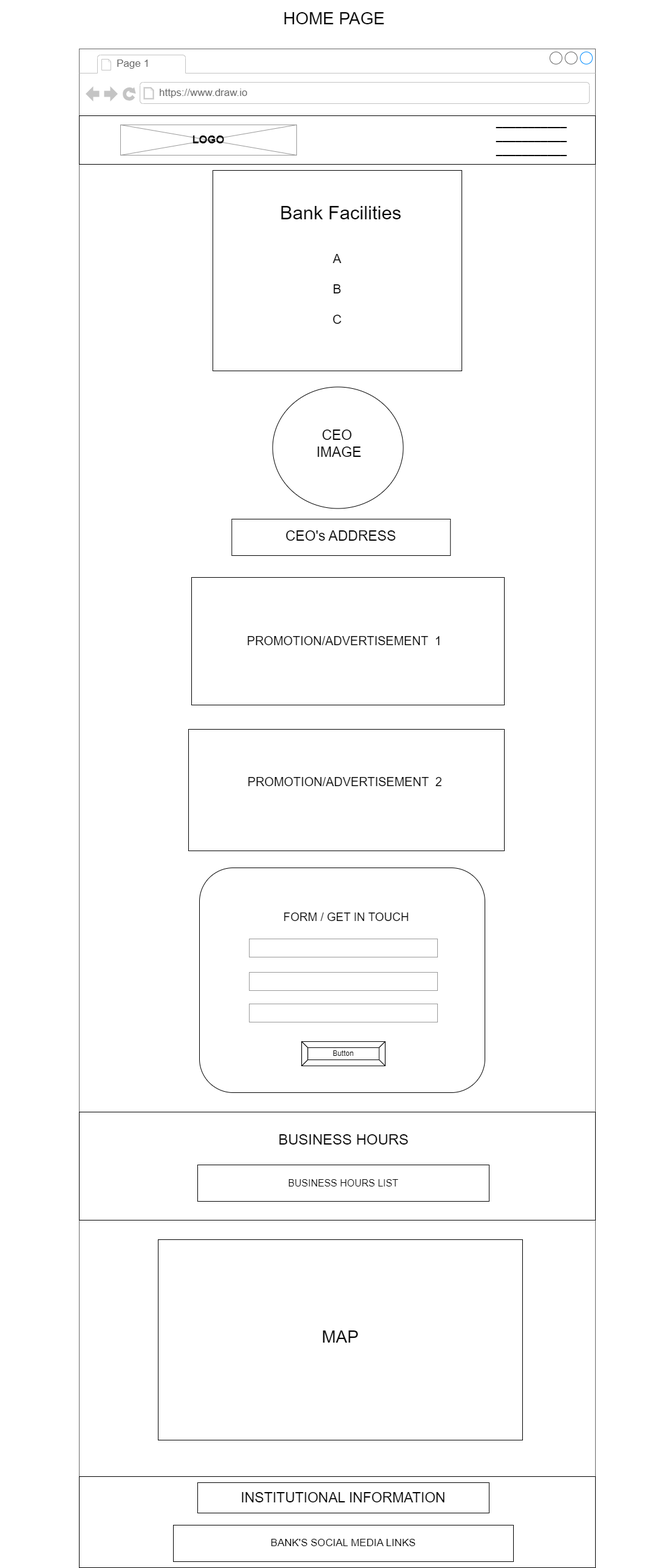
Before: docs/wireframe/homepagemobile.png, a diagram exported from draw.io (MarioLFB/P1CodeInstitute). Source tidied: cells renumbered, new cells last; positions are measured from the earlier drawing's top-left corner, leaving out a move shared by most shapes. Its diagram source:
```xml
<mxGraphModel>
  <root>
    <mxCell id="0" />
    <mxCell id="1" parent="0" />
    <mxCell id="2" style="strokeWidth=1;shadow=0;dashed=0;align=center;html=1;shape=mxgraph.mockup.containers.browserWindow;rSize=0;strokeColor=#666666;strokeColor2=#008cff;strokeColor3=#c4c4c4;mainText=,;" parent="1" vertex="1">
      <mxGeometry x="130" y="80" width="850" height="2500" as="geometry" />
    </mxCell>
    <mxCell id="3" value="Page 1" style="strokeWidth=1;shadow=0;dashed=0;align=center;html=1;shape=mxgraph.mockup.containers.anchor;fontSize=17;fontColor=#666666;align=left;whiteSpace=wrap;" parent="2" vertex="1">
      <mxGeometry x="60" y="12" width="110" height="26" as="geometry" />
    </mxCell>
    <mxCell id="4" value="https://www.draw.io" style="strokeWidth=1;shadow=0;dashed=0;align=center;html=1;shape=mxgraph.mockup.containers.anchor;rSize=0;fontSize=17;fontColor=#666666;align=left;" parent="2" vertex="1">
      <mxGeometry x="130" y="60" width="250" height="26" as="geometry" />
    </mxCell>
    <mxCell id="5" style="rounded=0;whiteSpace=wrap;html=1;" parent="2" vertex="1">
      <mxGeometry y="110" width="850" height="80" as="geometry" />
    </mxCell>
    <mxCell id="6" style="verticalLabelPosition=bottom;shadow=0;dashed=0;align=center;html=1;verticalAlign=top;strokeWidth=1;shape=mxgraph.mockup.graphics.simpleIcon;strokeColor=#999999;" parent="2" vertex="1">
      <mxGeometry x="68" y="125" width="290" height="50" as="geometry" />
    </mxCell>
    <mxCell id="7" value="&lt;b&gt;&lt;font style=&quot;font-size: 18px;&quot;&gt;LOGO&lt;/font&gt;&lt;/b&gt;" style="text;html=1;strokeColor=none;fillColor=none;align=center;verticalAlign=middle;whiteSpace=wrap;rounded=0;" parent="2" vertex="1">
      <mxGeometry x="183" y="135" width="60" height="30" as="geometry" />
    </mxCell>
    <mxCell id="8" style="rounded=0;whiteSpace=wrap;html=1;" parent="2" vertex="1">
      <mxGeometry x="220" y="200" width="410" height="330" as="geometry" />
    </mxCell>
    <mxCell id="9" value="&lt;font style=&quot;font-size: 31px;&quot;&gt;Bank Facilities&lt;/font&gt;" style="text;html=1;strokeColor=none;fillColor=none;align=center;verticalAlign=middle;whiteSpace=wrap;rounded=0;" parent="2" vertex="1">
      <mxGeometry x="296" y="240" width="270" height="60" as="geometry" />
    </mxCell>
    <mxCell id="10" value="&lt;font style=&quot;font-size: 21px;&quot;&gt;A&lt;br&gt;&lt;br&gt;B&lt;br&gt;&lt;br&gt;C&lt;/font&gt;" style="text;html=1;strokeColor=none;fillColor=none;align=center;verticalAlign=middle;whiteSpace=wrap;rounded=0;" parent="2" vertex="1">
      <mxGeometry x="395" y="290" width="60" height="210" as="geometry" />
    </mxCell>
    <mxCell id="11" style="rounded=0;whiteSpace=wrap;html=1;" parent="2" vertex="1">
      <mxGeometry x="185" y="870" width="515" height="210" as="geometry" />
    </mxCell>
    <mxCell id="12" style="rounded=0;whiteSpace=wrap;html=1;" parent="2" vertex="1">
      <mxGeometry x="180" y="1120" width="520" height="200" as="geometry" />
    </mxCell>
    <mxCell id="13" value="&lt;font style=&quot;font-size: 20px;&quot;&gt;&amp;nbsp;PROMOTION/ADVERTISEMENT&amp;nbsp; 1&lt;/font&gt;" style="text;html=1;strokeColor=none;fillColor=none;align=center;verticalAlign=middle;whiteSpace=wrap;rounded=0;" parent="2" vertex="1">
      <mxGeometry x="159" y="924" width="550" height="100" as="geometry" />
    </mxCell>
    <mxCell id="14" value="&lt;font style=&quot;font-size: 20px;&quot;&gt;&amp;nbsp;PROMOTION/ADVERTISEMENT&amp;nbsp; 2&lt;/font&gt;" style="text;html=1;strokeColor=none;fillColor=none;align=center;verticalAlign=middle;whiteSpace=wrap;rounded=0;" parent="2" vertex="1">
      <mxGeometry x="205" y="1171" width="460" height="70" as="geometry" />
    </mxCell>
    <mxCell id="15" style="rounded=1;whiteSpace=wrap;html=1;" parent="2" vertex="1">
      <mxGeometry x="198" y="1348" width="470" height="370" as="geometry" />
    </mxCell>
    <mxCell id="16" style="strokeWidth=1;shadow=0;dashed=0;align=center;html=1;shape=mxgraph.mockup.forms.pwField;strokeColor=#999999;mainText=;align=left;fontColor=#666666;fontSize=17;spacingLeft=3;" parent="2" vertex="1">
      <mxGeometry x="280" y="1465" width="310" height="30" as="geometry" />
    </mxCell>
    <mxCell id="17" style="strokeWidth=1;shadow=0;dashed=0;align=center;html=1;shape=mxgraph.mockup.forms.pwField;strokeColor=#999999;mainText=;align=left;fontColor=#666666;fontSize=17;spacingLeft=3;" parent="2" vertex="1">
      <mxGeometry x="280" y="1520" width="310" height="30" as="geometry" />
    </mxCell>
    <mxCell id="18" style="strokeWidth=1;shadow=0;dashed=0;align=center;html=1;shape=mxgraph.mockup.forms.pwField;strokeColor=#999999;mainText=;align=left;fontColor=#666666;fontSize=17;spacingLeft=3;" parent="2" vertex="1">
      <mxGeometry x="280" y="1572" width="310" height="30" as="geometry" />
    </mxCell>
    <mxCell id="19" value="Button" style="labelPosition=center;verticalLabelPosition=middle;align=center;html=1;shape=mxgraph.basic.button;dx=10;whiteSpace=wrap;" parent="2" vertex="1">
      <mxGeometry x="366.2" y="1634" width="137.5" height="40" as="geometry" />
    </mxCell>
    <mxCell id="20" value="&lt;font style=&quot;font-size: 19px;&quot;&gt;FORM / GET IN TOUCH&lt;/font&gt;" style="text;html=1;strokeColor=none;fillColor=none;align=center;verticalAlign=middle;whiteSpace=wrap;rounded=0;" parent="2" vertex="1">
      <mxGeometry x="335" y="1415" width="210" height="30" as="geometry" />
    </mxCell>
    <mxCell id="21" style="rounded=0;whiteSpace=wrap;html=1;" parent="2" vertex="1">
      <mxGeometry y="1750" width="850" height="178" as="geometry" />
    </mxCell>
    <mxCell id="22" value="&lt;font style=&quot;font-size: 16px;&quot;&gt;BUSINESS HOURS LIST&lt;/font&gt;" style="rounded=0;whiteSpace=wrap;html=1;" parent="2" vertex="1">
      <mxGeometry x="195" y="1837" width="480" height="60" as="geometry" />
    </mxCell>
    <mxCell id="23" value="&lt;span style=&quot;font-weight: normal;&quot;&gt;BUSINESS HOURS&lt;/span&gt;" style="text;strokeColor=none;fillColor=none;html=1;fontSize=24;fontStyle=1;verticalAlign=middle;align=center;" parent="2" vertex="1">
      <mxGeometry x="255" y="1776" width="360" height="40" as="geometry" />
    </mxCell>
    <mxCell id="24" style="rounded=0;whiteSpace=wrap;html=1;" parent="2" vertex="1">
      <mxGeometry x="130" y="1960" width="600" height="330" as="geometry" />
    </mxCell>
    <mxCell id="25" value="&lt;font style=&quot;font-size: 28px;&quot;&gt;MAP&lt;/font&gt;" style="text;html=1;strokeColor=none;fillColor=none;align=center;verticalAlign=middle;whiteSpace=wrap;rounded=0;" parent="2" vertex="1">
      <mxGeometry x="310" y="2065" width="240" height="110" as="geometry" />
    </mxCell>
    <mxCell id="26" style="rounded=0;whiteSpace=wrap;html=1;" parent="2" vertex="1">
      <mxGeometry y="2350" width="850" height="150" as="geometry" />
    </mxCell>
    <mxCell id="27" value="&lt;font style=&quot;font-size: 23px;&quot;&gt;INSTITUTIONAL INFORMATION&lt;/font&gt;" style="rounded=0;whiteSpace=wrap;html=1;" parent="2" vertex="1">
      <mxGeometry x="195" y="2360" width="480" height="50" as="geometry" />
    </mxCell>
    <mxCell id="28" value="&lt;font style=&quot;font-size: 17px;&quot;&gt;BANK'S SOCIAL MEDIA LINKS&lt;/font&gt;" style="rounded=0;whiteSpace=wrap;html=1;" parent="2" vertex="1">
      <mxGeometry x="155" y="2430" width="560" height="60" as="geometry" />
    </mxCell>
    <mxCell id="29" value="&lt;b style=&quot;border-color: var(--border-color); font-size: 19px;&quot;&gt;___________&lt;br style=&quot;border-color: var(--border-color);&quot;&gt;___________&lt;br style=&quot;border-color: var(--border-color);&quot;&gt;___________&lt;/b&gt;" style="text;html=1;strokeColor=none;fillColor=none;align=center;verticalAlign=middle;whiteSpace=wrap;rounded=0;" parent="2" vertex="1">
      <mxGeometry x="660" y="119" width="170" height="50" as="geometry" />
    </mxCell>
    <mxCell id="30" style="ellipse;whiteSpace=wrap;html=1;rotation=90;" parent="2" vertex="1">
      <mxGeometry x="326" y="549" width="200" height="215" as="geometry" />
    </mxCell>
    <mxCell id="31" style="rounded=0;whiteSpace=wrap;html=1;" parent="2" vertex="1">
      <mxGeometry x="251.2" y="774" width="360" height="60" as="geometry" />
    </mxCell>
    <mxCell id="32" value="&lt;font style=&quot;font-size: 23px;&quot;&gt;CEO's ADDRESS&lt;/font&gt;" style="text;html=1;strokeColor=none;fillColor=none;align=center;verticalAlign=middle;whiteSpace=wrap;rounded=0;" parent="2" vertex="1">
      <mxGeometry x="331" y="782" width="200" height="40" as="geometry" />
    </mxCell>
    <mxCell id="33" value="&lt;font style=&quot;font-size: 23px;&quot;&gt;CEO&amp;nbsp;&lt;br&gt;IMAGE&lt;/font&gt;" style="text;html=1;strokeColor=none;fillColor=none;align=center;verticalAlign=middle;whiteSpace=wrap;rounded=0;" parent="2" vertex="1">
      <mxGeometry x="368" y="613.2" width="120" height="72.5" as="geometry" />
    </mxCell>
    <mxCell id="34" value="&lt;font style=&quot;font-size: 28px;&quot;&gt;HOME PAGE&lt;/font&gt;" style="text;html=1;strokeColor=none;fillColor=none;align=center;verticalAlign=middle;whiteSpace=wrap;rounded=0;" parent="1" vertex="1">
      <mxGeometry width="1100" height="60" as="geometry" />
    </mxCell>
  </root>
</mxGraphModel>
```
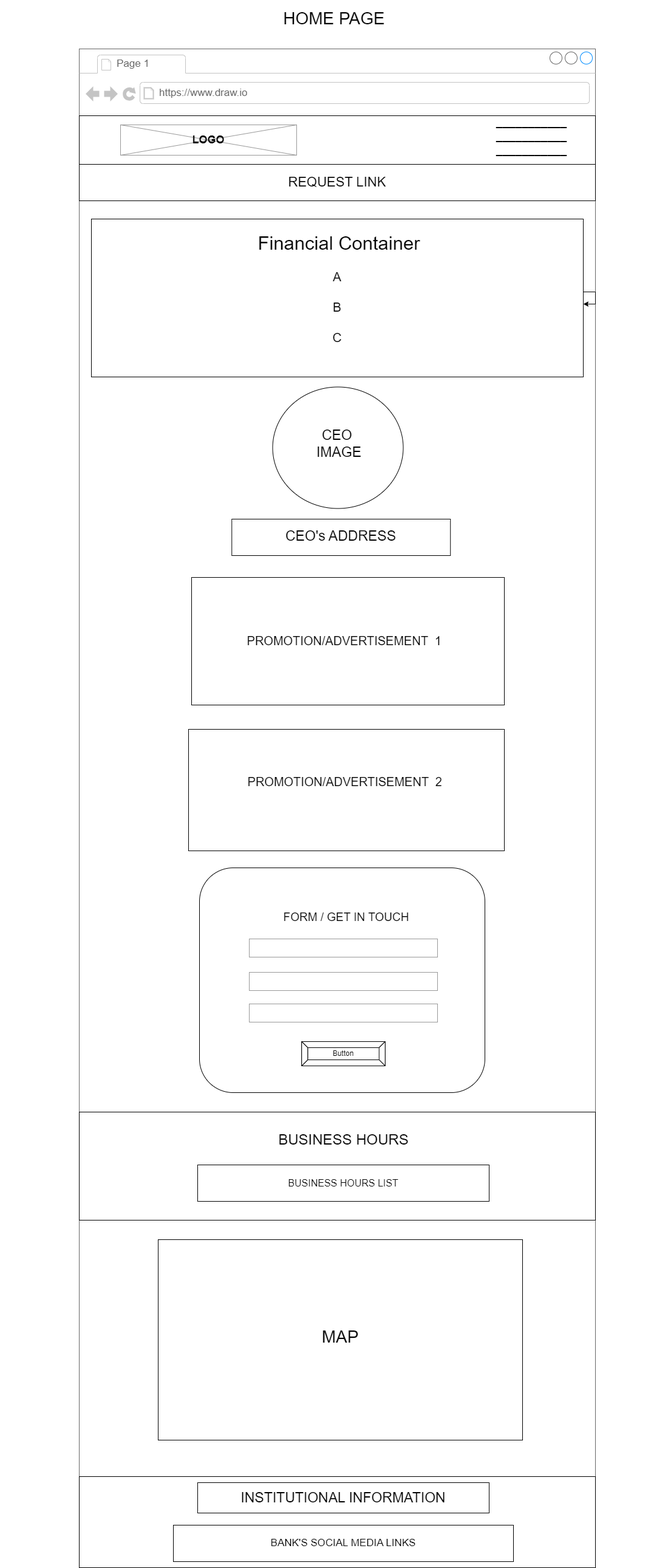
Above is the later version.

Commit message:
Update photos, structure, and wireframe for the 404 page in the README.

The edit, as a diff of the source:
```diff
@@ -21,13 +21,13 @@
       <mxGeometry x="183" y="135" width="60" height="30" as="geometry" />
     </mxCell>
     <mxCell id="8" style="rounded=0;whiteSpace=wrap;html=1;" parent="2" vertex="1">
-      <mxGeometry x="220" y="200" width="410" height="330" as="geometry" />
+      <mxGeometry x="20" y="280" width="810" height="260" as="geometry" />
     </mxCell>
-    <mxCell id="9" value="&lt;font style=&quot;font-size: 31px;&quot;&gt;Bank Facilities&lt;/font&gt;" style="text;html=1;strokeColor=none;fillColor=none;align=center;verticalAlign=middle;whiteSpace=wrap;rounded=0;" parent="2" vertex="1">
-      <mxGeometry x="296" y="240" width="270" height="60" as="geometry" />
+    <mxCell id="9" value="&lt;font style=&quot;font-size: 31px;&quot;&gt;Financial Container&lt;/font&gt;" style="text;html=1;strokeColor=none;fillColor=none;align=center;verticalAlign=middle;whiteSpace=wrap;rounded=0;" parent="2" vertex="1">
+      <mxGeometry x="293" y="290" width="270" height="60" as="geometry" />
     </mxCell>
     <mxCell id="10" value="&lt;font style=&quot;font-size: 21px;&quot;&gt;A&lt;br&gt;&lt;br&gt;B&lt;br&gt;&lt;br&gt;C&lt;/font&gt;" style="text;html=1;strokeColor=none;fillColor=none;align=center;verticalAlign=middle;whiteSpace=wrap;rounded=0;" parent="2" vertex="1">
-      <mxGeometry x="395" y="290" width="60" height="210" as="geometry" />
+      <mxGeometry x="395" y="320" width="60" height="210" as="geometry" />
     </mxCell>
     <mxCell id="11" style="rounded=0;whiteSpace=wrap;html=1;" parent="2" vertex="1">
       <mxGeometry x="185" y="870" width="515" height="210" as="geometry" />
@@ -98,6 +98,12 @@
     <mxCell id="33" value="&lt;font style=&quot;font-size: 23px;&quot;&gt;CEO&amp;nbsp;&lt;br&gt;IMAGE&lt;/font&gt;" style="text;html=1;strokeColor=none;fillColor=none;align=center;verticalAlign=middle;whiteSpace=wrap;rounded=0;" parent="2" vertex="1">
       <mxGeometry x="368" y="613.2" width="120" height="72.5" as="geometry" />
     </mxCell>
+    <mxCell id="35" style="edgeStyle=orthogonalEdgeStyle;rounded=0;orthogonalLoop=1;jettySize=auto;html=1;" parent="2" edge="1" source="8" target="8">
+      <mxGeometry relative="1" as="geometry" />
+    </mxCell>
+    <mxCell id="36" value="&lt;font style=&quot;font-size: 22px;&quot;&gt;REQUEST LINK&lt;/font&gt;" style="rounded=0;whiteSpace=wrap;html=1;" parent="2" vertex="1">
+      <mxGeometry y="190" width="850" height="60" as="geometry" />
+    </mxCell>
     <mxCell id="34" value="&lt;font style=&quot;font-size: 28px;&quot;&gt;HOME PAGE&lt;/font&gt;" style="text;html=1;strokeColor=none;fillColor=none;align=center;verticalAlign=middle;whiteSpace=wrap;rounded=0;" parent="1" vertex="1">
       <mxGeometry width="1100" height="60" as="geometry" />
     </mxCell>
```
